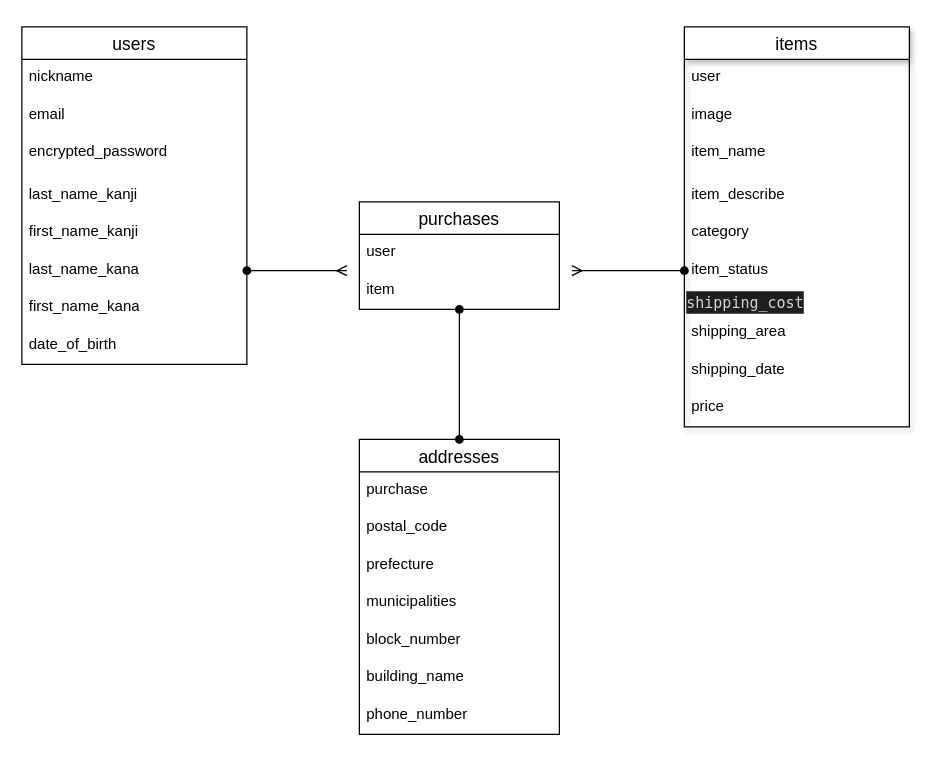
Before: page "ページ1" (1 of 2) of furima.dio in taka-0713/furima-32616, a draw.io diagram. Source tidied: cells renumbered, new cells numbered last; positions are measured from the earlier drawing's top-left corner, leaving out a move shared by most shapes. Both pictures are drawn from the tidied source at 125%, with x=0, y=0 at pixel (21, 26).
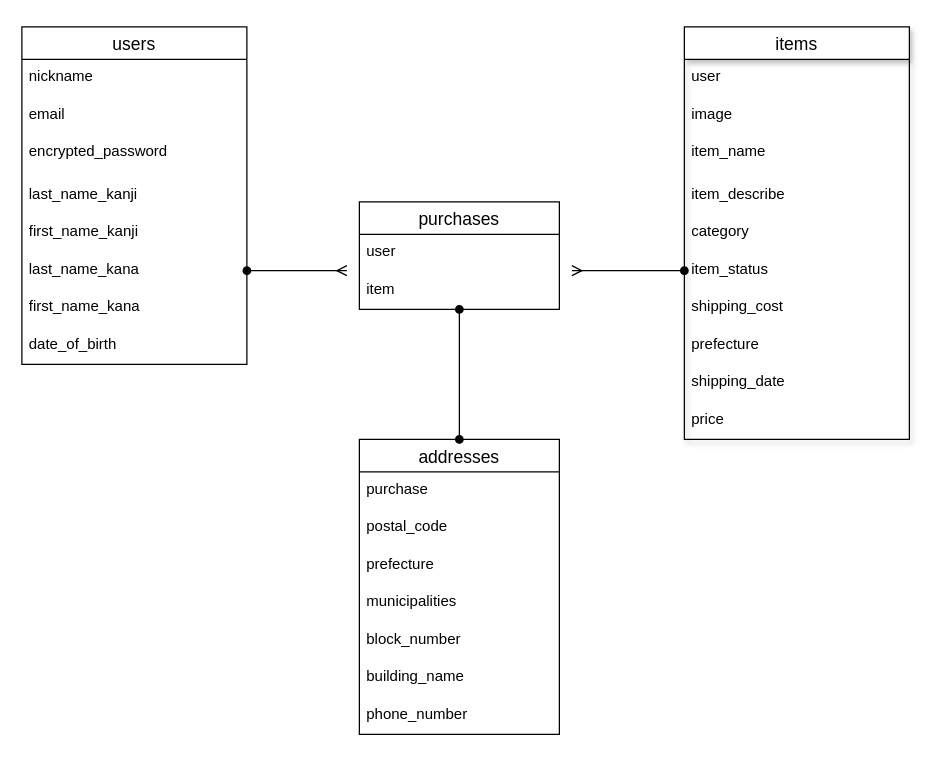
After the change.

Commit message:
データベース設計(ER図微調整)

What changed in the source:
```diff
@@
     <mxCell id="2" value="items" style="swimlane;fontStyle=0;horizontal=1;startSize=26;align=center;fontSize=14;shadow=1;" parent="1" vertex="1">
-      <mxGeometry x="530" width="180" height="320" as="geometry" />
+      <mxGeometry x="530" width="180" height="330" as="geometry" />
     </mxCell>
@@
-    <mxCell id="9" value="&lt;div style=&quot;color: rgb(212 , 212 , 212) ; background-color: rgb(30 , 30 , 30) ; font-family: &amp;quot;menlo&amp;quot; , &amp;quot;monaco&amp;quot; , &amp;quot;courier new&amp;quot; , monospace ; line-height: 18px&quot;&gt;shipping_cost&lt;/div&gt;" style="text;html=1;align=left;verticalAlign=middle;" parent="2" vertex="1">
-      <mxGeometry y="210" width="180" height="20" as="geometry" />
+    <mxCell id="9" value="shipping_cost" style="text;strokeColor=none;fillColor=none;spacingLeft=4;spacingRight=4;overflow=hidden;fontSize=12;rounded=0;sketch=0;" parent="2" vertex="1">
+      <mxGeometry y="210" width="180" height="30" as="geometry" />
     </mxCell>
-    <mxCell id="10" value="shipping_area" style="text;strokeColor=none;fillColor=none;spacingLeft=4;spacingRight=4;overflow=hidden;fontSize=12;rounded=0;shadow=1;sketch=0;align=left;" parent="2" vertex="1">
-      <mxGeometry y="230" width="180" height="30" as="geometry" />
+    <mxCell id="10" value="prefecture" style="text;strokeColor=none;fillColor=none;spacingLeft=4;spacingRight=4;overflow=hidden;fontSize=12;rounded=0;shadow=1;sketch=0;align=left;" parent="2" vertex="1">
+      <mxGeometry y="240" width="180" height="30" as="geometry" />
     </mxCell>
     <mxCell id="11" value="shipping_date" style="text;strokeColor=none;fillColor=none;spacingLeft=4;spacingRight=4;overflow=hidden;fontSize=12;rounded=0;shadow=1;sketch=0;align=left;" parent="2" vertex="1">
-      <mxGeometry y="260" width="180" height="30" as="geometry" />
+      <mxGeometry y="270" width="180" height="30" as="geometry" />
     </mxCell>
     <mxCell id="12" value="price " style="text;strokeColor=none;fillColor=none;spacingLeft=4;spacingRight=4;overflow=hidden;fontSize=12;rounded=0;shadow=1;sketch=0;align=left;" parent="2" vertex="1">
-      <mxGeometry y="290" width="180" height="30" as="geometry" />
+      <mxGeometry y="300" width="180" height="30" as="geometry" />
     </mxCell>
```
